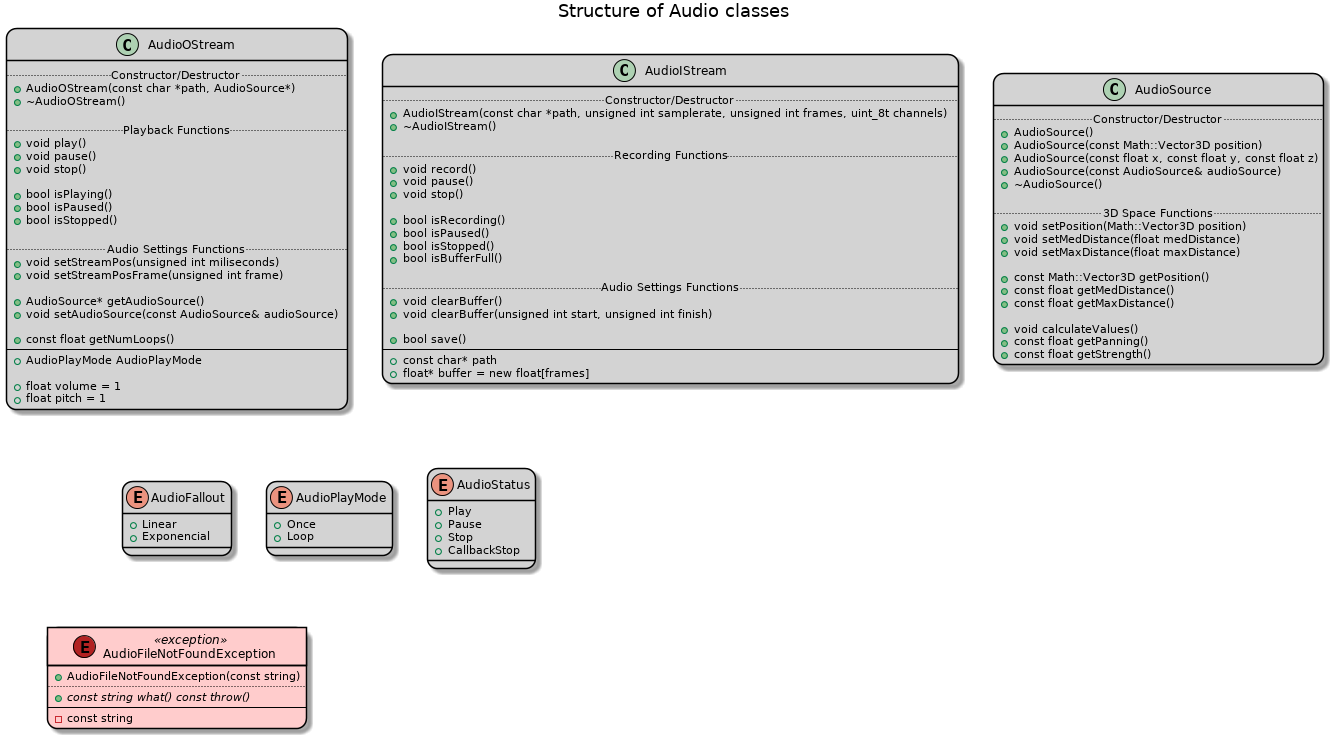
Before: docs/Audio.png, a diagram exported from PlantUML (aurora-fw-archive/module_audio).
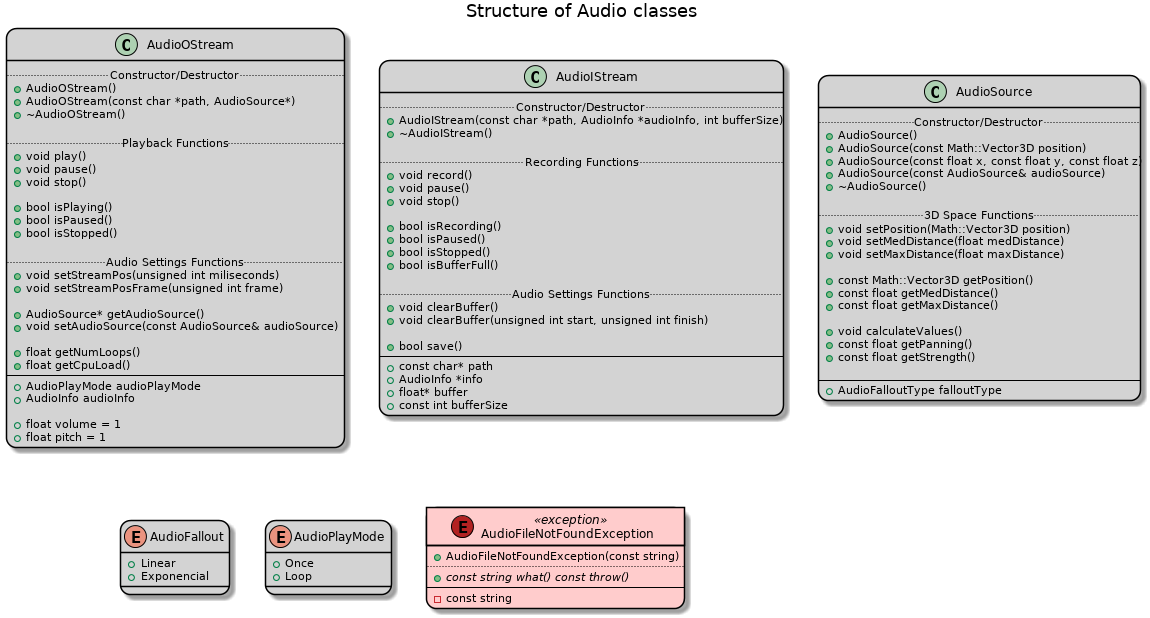
The same file after the commit.

What changed in the source:
```diff
@@ -10,96 +10,97 @@
 title Structure of Audio classes
 
 class AudioOStream {
-    .. Constructor/Destructor ..
-    + AudioOStream(const char *path, AudioSource*)
-    + ~AudioOStream()
+	.. Constructor/Destructor ..
+	+ AudioOStream()
+	+ AudioOStream(const char *path, AudioSource*)
+	+ ~AudioOStream()
 
-    .. Playback Functions ..
-    + void play()
-    + void pause()
-    + void stop()
+	.. Playback Functions ..
+	+ void play()
+	+ void pause()
+	+ void stop()
 
-    + bool isPlaying()
-    + bool isPaused()
-    + bool isStopped()
+	+ bool isPlaying()
+	+ bool isPaused()
+	+ bool isStopped()
 
-    .. Audio Settings Functions ..
-    + void setStreamPos(unsigned int miliseconds)
-    + void setStreamPosFrame(unsigned int frame)
+	.. Audio Settings Functions ..
+	+ void setStreamPos(unsigned int miliseconds)
+	+ void setStreamPosFrame(unsigned int frame)
 
-    + AudioSource* getAudioSource()
-    + void setAudioSource(const AudioSource& audioSource)
+	+ AudioSource* getAudioSource()
+	+ void setAudioSource(const AudioSource& audioSource)
 
-    + const float getNumLoops()
-    --
-    + AudioPlayMode AudioPlayMode
+	+ float getNumLoops()
+	+ float getCpuLoad()
+	--
+	+ AudioPlayMode audioPlayMode
+	+ AudioInfo audioInfo
 
-    + float volume = 1
-    + float pitch = 1
+	+ float volume = 1
+	+ float pitch = 1
 }
 
 class AudioIStream {
-    .. Constructor/Destructor ..
-    + AudioIStream(const char *path, unsigned int samplerate, unsigned int frames, uint_8t channels)
-    + ~AudioIStream()
+	.. Constructor/Destructor ..
+	+ AudioIStream(const char *path, AudioInfo *audioInfo, int bufferSize)
+	+ ~AudioIStream()
 
-    .. Recording Functions ..
-    + void record()
-    + void pause()
-    + void stop()
+	.. Recording Functions ..
+	+ void record()
+	+ void pause()
+	+ void stop()
 
-    + bool isRecording()
-    + bool isPaused()
-    + bool isStopped()
-    + bool isBufferFull()
+	+ bool isRecording()
+	+ bool isPaused()
+	+ bool isStopped()
+	+ bool isBufferFull()
 
-    .. Audio Settings Functions ..
-    + void clearBuffer()
-    + void clearBuffer(unsigned int start, unsigned int finish)
+	.. Audio Settings Functions ..
+	+ void clearBuffer()
+	+ void clearBuffer(unsigned int start, unsigned int finish)
 
-    + bool save()
-    --
-    + const char* path
-    + float* buffer = new float[frames]
+	+ bool save()
+	--
+	+ const char* path
+	+ AudioInfo *info
+	+ float* buffer
+	+ const int bufferSize
 }
 
 class AudioSource {
-    .. Constructor/Destructor ..
-    + AudioSource()
-    + AudioSource(const Math::Vector3D position)
-    + AudioSource(const float x, const float y, const float z)
-    + AudioSource(const AudioSource& audioSource)
-    + ~AudioSource()
+	.. Constructor/Destructor ..
+	+ AudioSource()
+	+ AudioSource(const Math::Vector3D position)
+	+ AudioSource(const float x, const float y, const float z)
+	+ AudioSource(const AudioSource& audioSource)
+	+ ~AudioSource()
 
-    .. 3D Space Functions ..
-    + void setPosition(Math::Vector3D position)
-    + void setMedDistance(float medDistance)
-    + void setMaxDistance(float maxDistance)
+	.. 3D Space Functions ..
+	+ void setPosition(Math::Vector3D position)
+	+ void setMedDistance(float medDistance)
+	+ void setMaxDistance(float maxDistance)
 
-    + const Math::Vector3D getPosition()
-    + const float getMedDistance()
-    + const float getMaxDistance()
+	+ const Math::Vector3D getPosition()
+	+ const float getMedDistance()
+	+ const float getMaxDistance()
 
-    + void calculateValues()
-    + const float getPanning()
-    + const float getStrength()
+	+ void calculateValues()
+	+ const float getPanning()
+	+ const float getStrength()
+
+	--
+	+ AudioFalloutType falloutType
 }
 
 enum AudioFallout {
-    + Linear
-    + Exponencial
+	+ Linear
+	+ Exponencial
 }
 
 enum AudioPlayMode {
-    + Once
-    + Loop
-}
-
-enum AudioStatus {
-    + Play
-    + Pause
-    + Stop
-    + CallbackStop
+	+ Once
+	+ Loop
 }
 
 class AudioFileNotFoundException <<(E,firebrick) exception>> #FCC {
```
